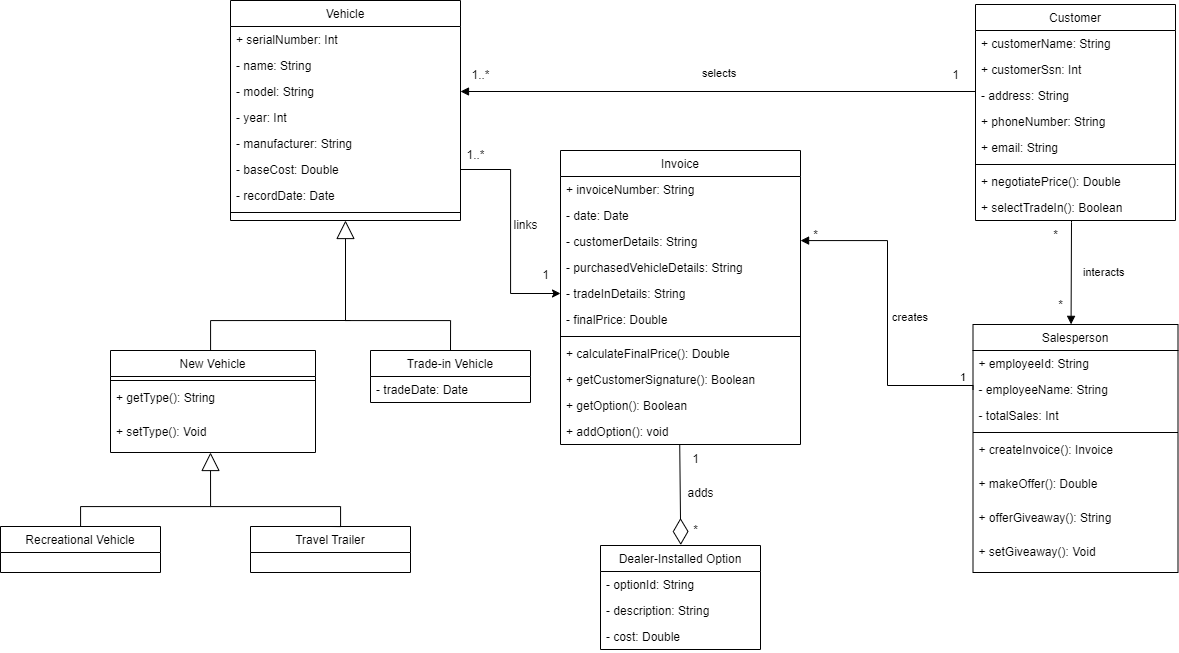
This is holiday_travel_vehicles.drawio.png from LarryChenCode/IS7020_diagrams, a draw.io export, as it was before one commit. Source tidied: cells renumbered, new cells last; positions are measured from the earlier drawing's top-left corner, leaving out a move shared by most shapes.
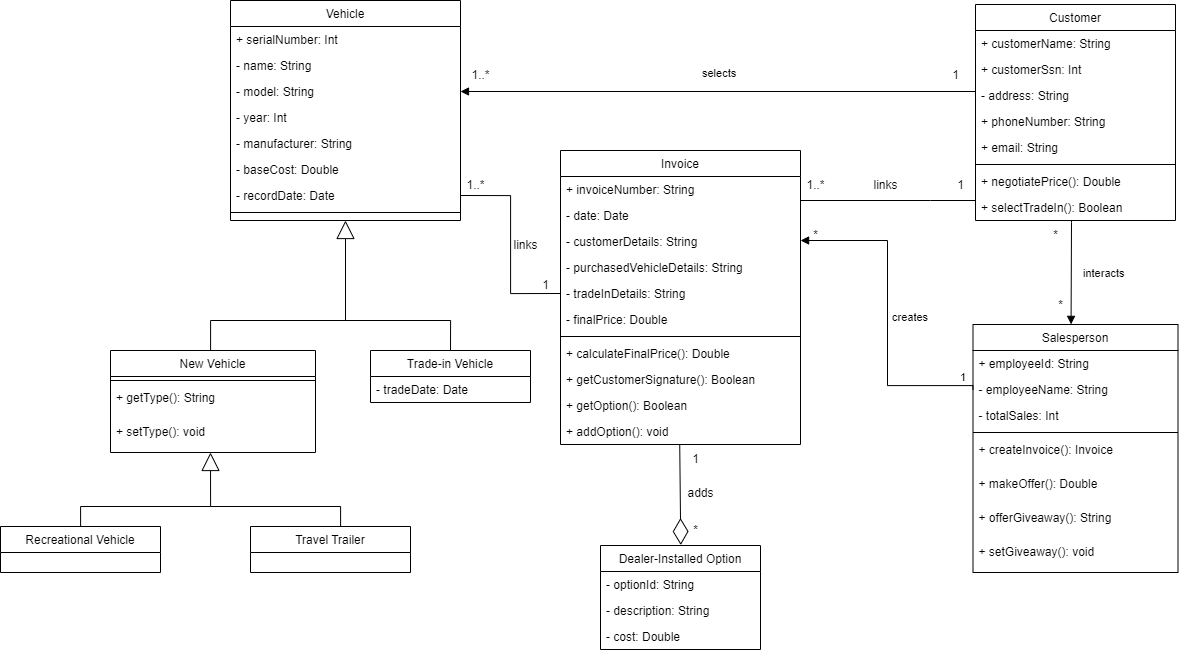
Later version of the same file.

The edit, as a diff of the source:
```diff
@@ -53,7 +53,7 @@
     <mxCell id="18" value="+ offerGiveaway(): String" style="text;align=left;verticalAlign=top;spacingLeft=4;spacingRight=4;overflow=hidden;fontStyle=0;" parent="11" vertex="1">
       <mxGeometry y="180" width="205" height="34" as="geometry" />
     </mxCell>
-    <mxCell id="19" value="+ setGiveaway(): Void" style="text;align=left;verticalAlign=top;spacingLeft=4;spacingRight=4;overflow=hidden;fontStyle=0;" parent="11" vertex="1">
+    <mxCell id="19" value="+ setGiveaway(): void" style="text;align=left;verticalAlign=top;spacingLeft=4;spacingRight=4;overflow=hidden;fontStyle=0;" parent="11" vertex="1">
       <mxGeometry y="214" width="205" height="34" as="geometry" />
     </mxCell>
     <mxCell id="20" value="Invoice" style="swimlane;fontStyle=0;align=center;verticalAlign=top;horizontal=1;startSize=26;rounded=0;shadow=0;strokeWidth=1;" parent="1" vertex="1">
@@ -190,9 +190,6 @@
         </Array>
       </mxGeometry>
     </mxCell>
-    <mxCell id="55" style="edgeStyle=orthogonalEdgeStyle;rounded=0;jettySize=auto;html=1;exitX=1;exitY=0.5;exitDx=0;exitDy=0;entryX=0;entryY=0.5;entryDx=0;entryDy=0;" parent="1" edge="1" source="8" target="25">
-      <mxGeometry relative="1" as="geometry" />
-    </mxCell>
     <mxCell id="56" value="1..*" style="text;html=1;align=center;verticalAlign=middle;strokeColor=none;fillColor=none;" parent="1" vertex="1">
       <mxGeometry x="460" y="60" width="40" height="30" as="geometry" />
     </mxCell>
@@ -200,13 +197,13 @@
       <mxGeometry x="940" y="60" width="30" height="30" as="geometry" />
     </mxCell>
     <mxCell id="58" value="links" style="text;html=1;align=center;verticalAlign=middle;strokeColor=none;fillColor=none;" parent="1" vertex="1">
-      <mxGeometry x="500" y="210" width="50" height="30" as="geometry" />
+      <mxGeometry x="500" y="230" width="50" height="30" as="geometry" />
     </mxCell>
     <mxCell id="59" value="1..*" style="text;html=1;align=center;verticalAlign=middle;strokeColor=none;fillColor=none;" parent="1" vertex="1">
-      <mxGeometry x="455" y="140" width="40" height="30" as="geometry" />
+      <mxGeometry x="455" y="170" width="40" height="30" as="geometry" />
     </mxCell>
     <mxCell id="60" value="1" style="text;html=1;align=center;verticalAlign=middle;strokeColor=none;fillColor=none;" parent="1" vertex="1">
-      <mxGeometry x="530" y="260" width="30" height="30" as="geometry" />
+      <mxGeometry x="530" y="270" width="30" height="30" as="geometry" />
     </mxCell>
     <mxCell id="61" value="New Vehicle" style="swimlane;fontStyle=0;align=center;verticalAlign=top;horizontal=1;startSize=26;rounded=0;shadow=0;strokeWidth=1;" parent="1" vertex="1">
       <mxGeometry x="110" y="350" width="205" height="102" as="geometry" />
@@ -217,7 +214,7 @@
     <mxCell id="63" value="+ getType(): String" style="text;align=left;verticalAlign=top;spacingLeft=4;spacingRight=4;overflow=hidden;fontStyle=0;" parent="61" vertex="1">
       <mxGeometry y="34" width="205" height="34" as="geometry" />
     </mxCell>
-    <mxCell id="64" value="+ setType(): Void" style="text;align=left;verticalAlign=top;spacingLeft=4;spacingRight=4;overflow=hidden;fontStyle=0;" parent="61" vertex="1">
+    <mxCell id="64" value="+ setType(): void" style="text;align=left;verticalAlign=top;spacingLeft=4;spacingRight=4;overflow=hidden;fontStyle=0;" parent="61" vertex="1">
       <mxGeometry y="68" width="205" height="34" as="geometry" />
     </mxCell>
     <mxCell id="65" value="Recreational Vehicle" style="swimlane;fontStyle=0;align=center;verticalAlign=top;horizontal=1;startSize=26;rounded=0;shadow=0;strokeWidth=1;" parent="1" vertex="1">
@@ -262,5 +259,27 @@
     <mxCell id="73" value="adds" style="text;html=1;align=center;verticalAlign=middle;strokeColor=none;fillColor=none;" parent="1" vertex="1">
       <mxGeometry x="675" y="478" width="50" height="30" as="geometry" />
     </mxCell>
+    <mxCell id="74" style="endArrow=none;html=1;edgeStyle=orthogonalEdgeStyle;rounded=0;" parent="1" edge="1">
+      <mxGeometry relative="1" as="geometry">
+        <mxPoint x="800" y="200" as="sourcePoint" />
+        <mxPoint x="975" y="200" as="targetPoint" />
+        <Array as="points">
+          <mxPoint x="930" y="200" />
+          <mxPoint x="930" y="200" />
+        </Array>
+      </mxGeometry>
+    </mxCell>
+    <mxCell id="75" value="1..*" style="text;html=1;align=center;verticalAlign=middle;strokeColor=none;fillColor=none;" parent="1" vertex="1">
+      <mxGeometry x="795" y="170" width="40" height="30" as="geometry" />
+    </mxCell>
+    <mxCell id="76" value="1" style="text;html=1;align=center;verticalAlign=middle;strokeColor=none;fillColor=none;" parent="1" vertex="1">
+      <mxGeometry x="945" y="170" width="30" height="30" as="geometry" />
+    </mxCell>
+    <mxCell id="77" value="links" style="text;html=1;align=center;verticalAlign=middle;strokeColor=none;fillColor=none;" parent="1" vertex="1">
+      <mxGeometry x="860" y="170" width="50" height="30" as="geometry" />
+    </mxCell>
+    <mxCell id="78" style="endArrow=none;html=1;edgeStyle=orthogonalEdgeStyle;rounded=0;exitX=1;exitY=0.5;exitDx=0;exitDy=0;entryX=0;entryY=0.5;entryDx=0;entryDy=0;" parent="1" edge="1" source="9" target="25">
+      <mxGeometry relative="1" as="geometry" />
+    </mxCell>
   </root>
 </mxGraphModel>
```
